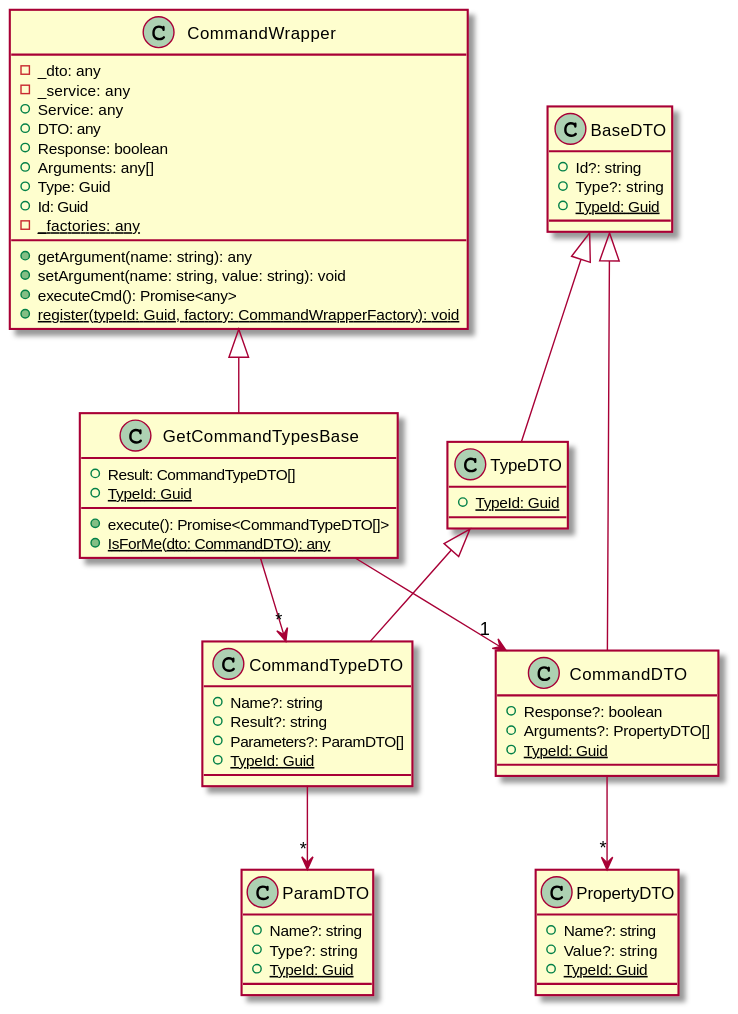
The PlantUML diagram wEBcMD/Doc/Types/ts/GetCommandTypes.svg in kokolorix/wEBcMD, before a commit. Source of this version:
```plantuml
@startuml
class ParamDTO {
    +Name?: string
    +Type?: string
    +{static} TypeId: Guid
}
class BaseDTO {
    +Id?: string
    +Type?: string
    +{static} TypeId: Guid
}
class TypeDTO extends BaseDTO {
    +{static} TypeId: Guid
}
class CommandTypeDTO extends TypeDTO {
    +Name?: string
    +Result?: string
    +Parameters?: ParamDTO[]
    +{static} TypeId: Guid
}
class CommandWrapper {
    -_dto: any
    -_service: any
    +Service: any
    +DTO: any
    +Response: boolean
    +Arguments: any[]
    +Type: Guid
    +Id: Guid
    +getArgument(name: string): any
    +setArgument(name: string, value: string): void
    +executeCmd(): Promise<any>
    -{static} _factories: any
    +{static} register(typeId: Guid, factory: CommandWrapperFactory): void
}
class PropertyDTO {
    +Name?: string
    +Value?: string
    +{static} TypeId: Guid
}
class CommandDTO extends BaseDTO {
    +Response?: boolean
    +Arguments?: PropertyDTO[]
    +{static} TypeId: Guid
}
class GetCommandTypesBase extends CommandWrapper {
    +Result: CommandTypeDTO[]
    +execute(): Promise<CommandTypeDTO[]>
    +{static} TypeId: Guid
    +{static} IsForMe(dto: CommandDTO): any
}
CommandTypeDTO --> "*" ParamDTO
CommandDTO --> "*" PropertyDTO
GetCommandTypesBase --> "*" CommandTypeDTO
GetCommandTypesBase --> "1" CommandDTO
@enduml
```
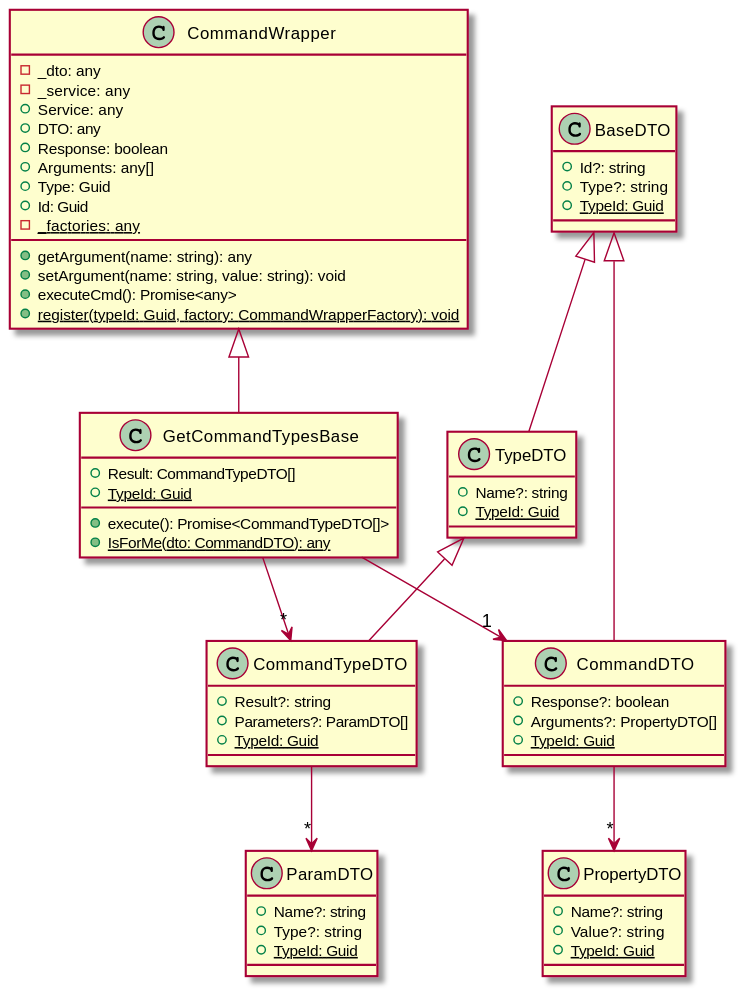
Above is the later version.

Diff of the diagram source:
```diff
@@ -10,10 +10,10 @@
     +{static} TypeId: Guid
 }
 class TypeDTO extends BaseDTO {
+    +Name?: string
     +{static} TypeId: Guid
 }
 class CommandTypeDTO extends TypeDTO {
-    +Name?: string
     +Result?: string
     +Parameters?: ParamDTO[]
     +{static} TypeId: Guid
```
